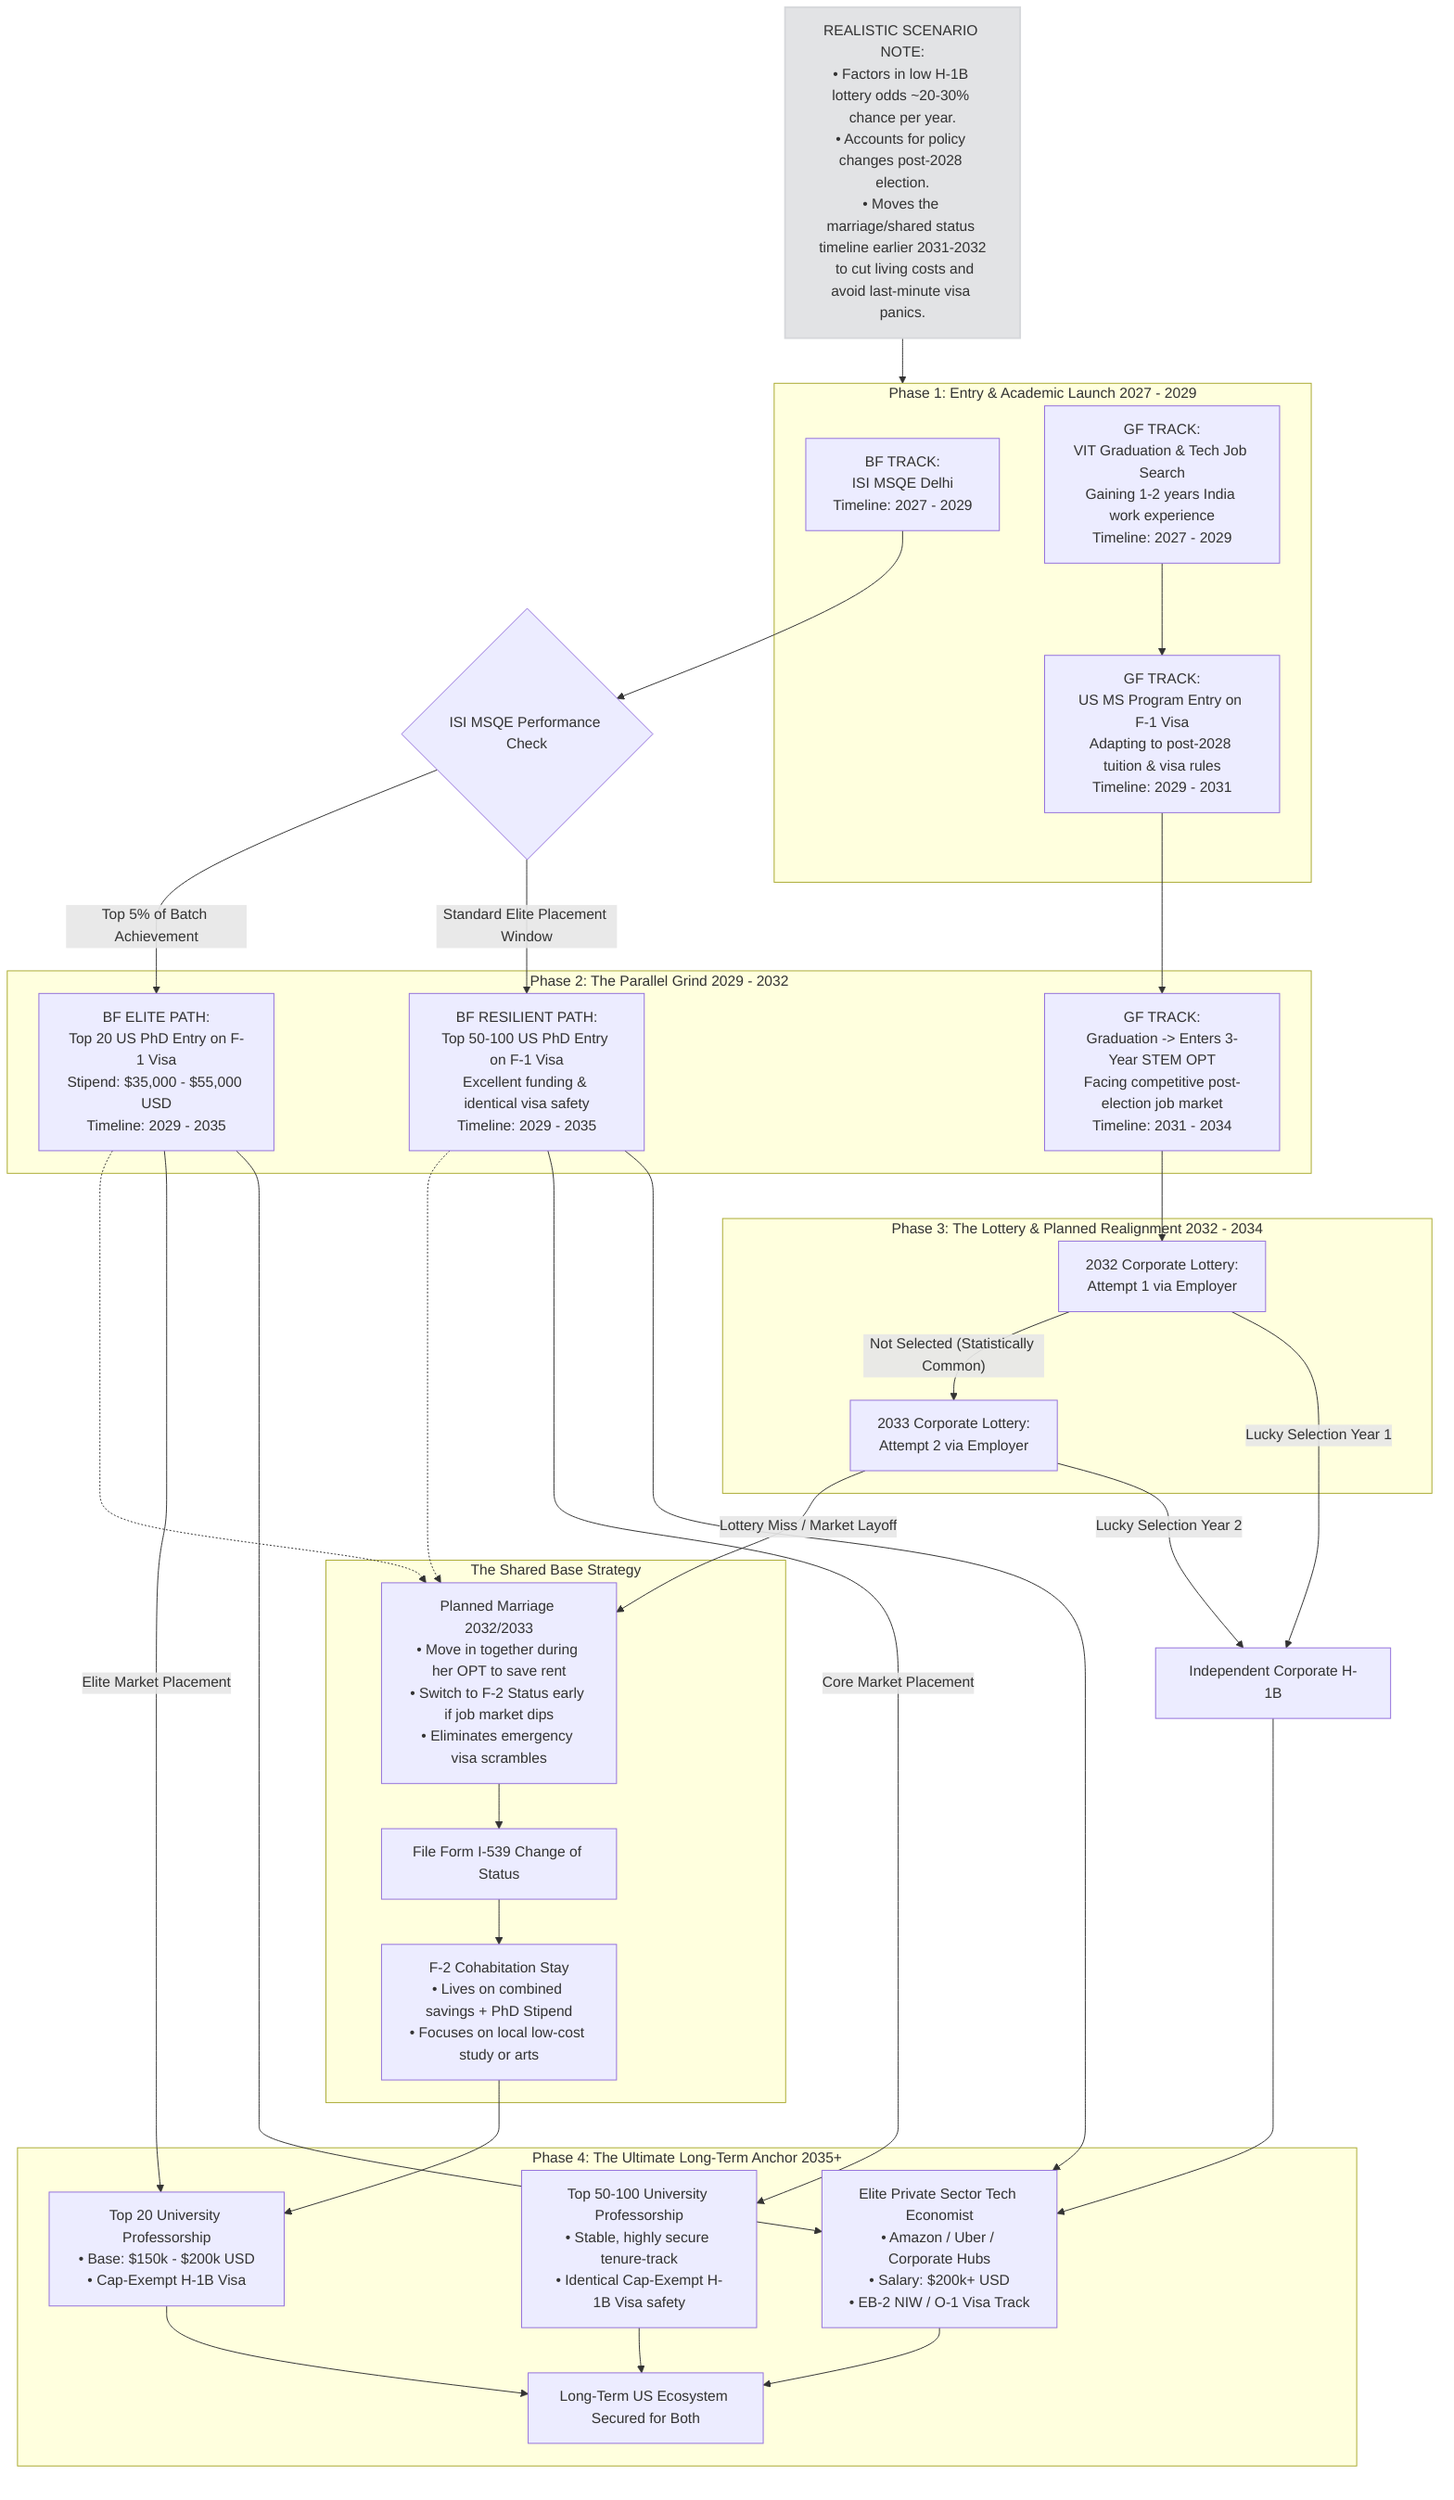
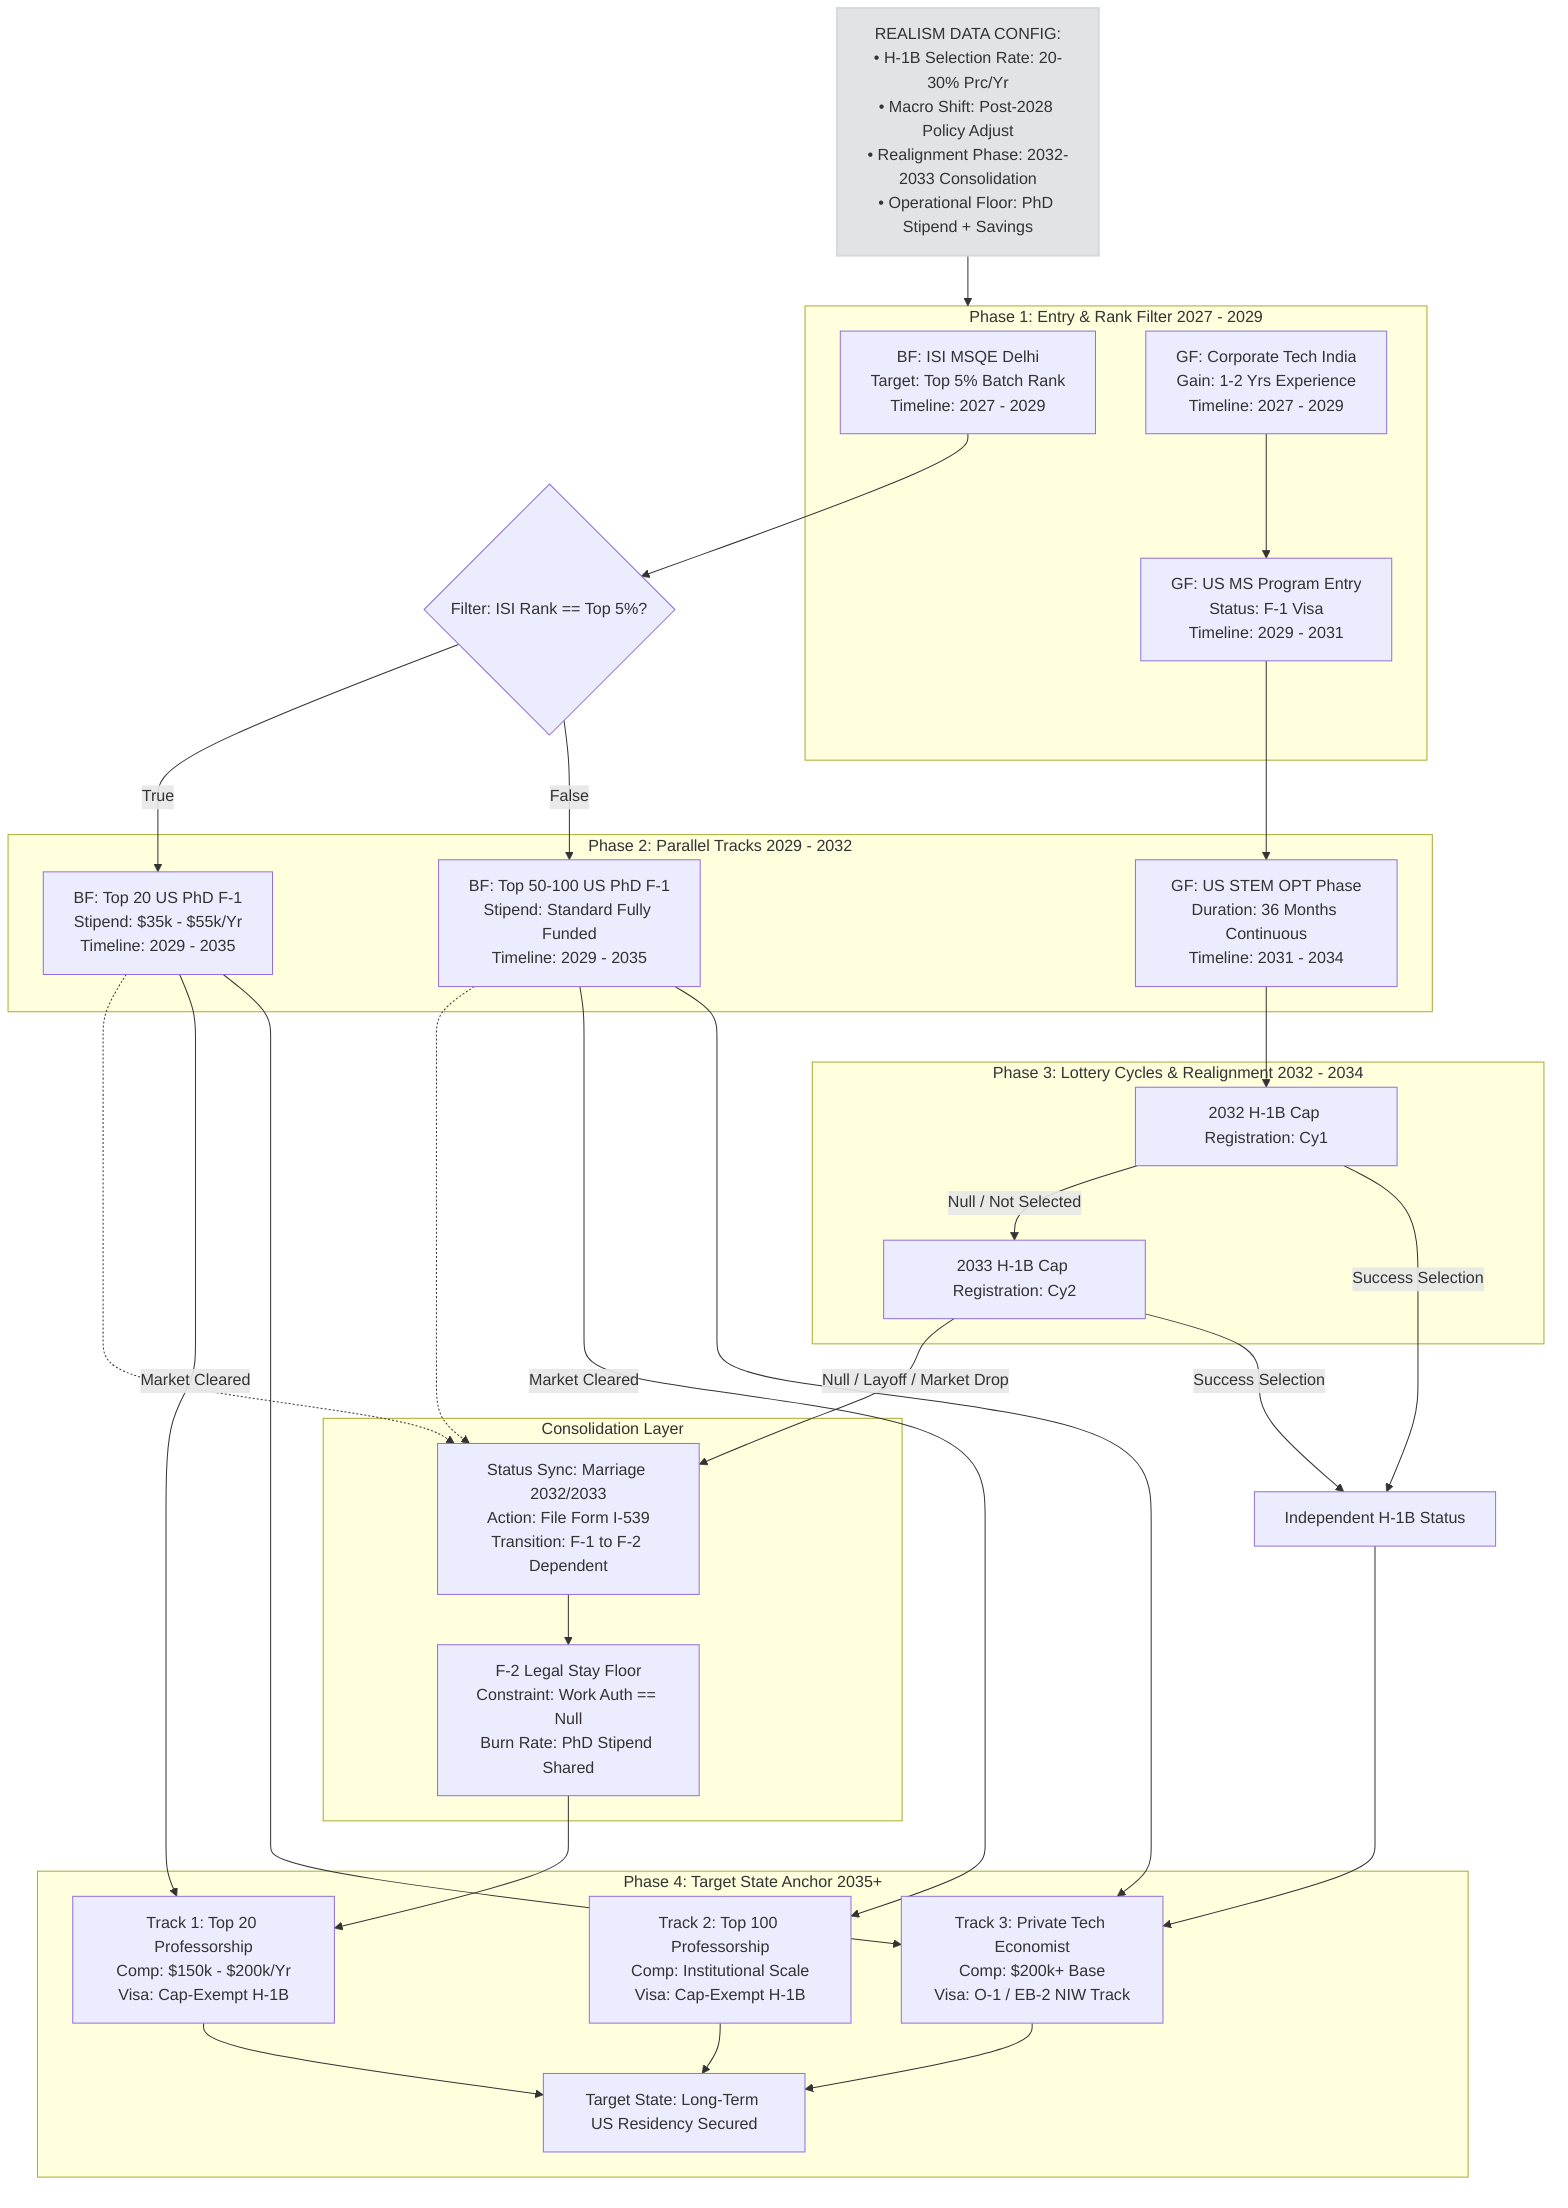
graph TD
    %% ---------------------------------------------
-     %% REALISTIC DISCLAIMER BOX
+     %% DATA NODES & PARAMETERS
    %% ---------------------------------------------
-     Realism_Note[REALISTIC SCENARIO NOTE:<br>• Factors in low H-1B lottery odds ~20-30% chance per year.<br>• Accounts for policy changes post-2028 election.<br>• Moves the marriage/shared status timeline earlier 2031-2032<br>  to cut living costs and avoid last-minute visa panics.]
-     style Realism_Note fill:#e2e3e5,stroke:#d6d8db,stroke-width:2px
+     Note_0[REALISM DATA CONFIG:<br>• H-1B Selection Rate: 20-30% Prc/Yr<br>• Macro Shift: Post-2028 Policy Adjust<br>• Realignment Phase: 2032-2033 Consolidation<br>• Operational Floor: PhD Stipend + Savings]
+     style Note_0 fill:#e2e3e5,stroke:#d6d8db,stroke-width:2px

-     %% ---------------------------------------------
-     %% PHASE 1: ENTRY & MACRO UNCERTAINTY (2027-2029)
-     %% ---------------------------------------------
-     subgraph Phase_1 [Phase 1: Entry & Academic Launch 2027 - 2029]
-         Track_A1[BF TRACK:<br>ISI MSQE Delhi<br>Timeline: 2027 - 2029]
+     %% PHASE 1
+     subgraph P1 [Phase 1: Entry & Rank Filter 2027 - 2029]
+         A_MSQE[BF: ISI MSQE Delhi<br>Target: Top 5% Batch Rank<br>Timeline: 2027 - 2029]
+         B_IND[GF: Corporate Tech India<br>Gain: 1-2 Yrs Experience<br>Timeline: 2027 - 2029]
+         B_USMS[GF: US MS Program Entry<br>Status: F-1 Visa<br>Timeline: 2029 - 2031]

-         Track_B1[GF TRACK:<br>VIT Graduation & Tech Job Search<br>Gaining 1-2 years India work experience<br>Timeline: 2027 - 2029]
- 
-         Track_B2[GF TRACK:<br>US MS Program Entry on F-1 Visa<br>Adapting to post-2028 tuition & visa rules<br>Timeline: 2029 - 2031]
- 
-         Track_B1 --> Track_B2
+         B_IND --> B_USMS
    end

-     Realism_Note --> Phase_1
+     Note_0 --> P1

-     %% ---------------------------------------------
-     %% THE CRITICAL ISI PERFORMANCE FILTER
-     %% ---------------------------------------------
-     Rank_Filter{ISI MSQE Performance Check}
-     Track_A1 --> Rank_Filter
+     %% FILTERS & FORKS
+     Rank_Check{Filter: ISI Rank == Top 5%?}
+     A_MSQE --> Rank_Check

-     %% ---------------------------------------------
-     %% PHASE 2: THE PARALLEL GRIND (2029-2032)
-     %% ---------------------------------------------
-     subgraph Phase_2 [Phase 2: The Parallel Grind 2029 - 2032]
-         Track_A2[BF ELITE PATH:<br>Top 20 US PhD Entry on F-1 Visa<br>Stipend: $35,000 - $55,000 USD<br>Timeline: 2029 - 2035]
- 
-         Track_A2_Alt[BF RESILIENT PATH:<br>Top 50-100 US PhD Entry on F-1 Visa<br>Excellent funding & identical visa safety<br>Timeline: 2029 - 2035]
- 
-         Track_B3[GF TRACK:<br>Graduation -> Enters 3-Year STEM OPT<br>Facing competitive post-election job market<br>Timeline: 2031 - 2034]
+     %% PHASE 2
+     subgraph P2 [Phase 2: Parallel Tracks 2029 - 2032]
+         A_PhD_T20[BF: Top 20 US PhD F-1<br>Stipend: $35k - $55k/Yr<br>Timeline: 2029 - 2035]
+         A_PhD_T100[BF: Top 50-100 US PhD F-1<br>Stipend: Standard Fully Funded<br>Timeline: 2029 - 2035]
+         B_OPT[GF: US STEM OPT Phase<br>Duration: 36 Months Continuous<br>Timeline: 2031 - 2034]
    end

-     Rank_Filter -- "Top 5% of Batch Achievement" --> Track_A2
-     Rank_Filter -- "Standard Elite Placement Window" --> Track_A2_Alt
-     Track_B2 --> Track_B3
+     Rank_Check -- "True" --> A_PhD_T20
+     Rank_Check -- "False" --> A_PhD_T100
+     B_USMS --> B_OPT

-     %% ---------------------------------------------
-     %% PHASE 3: LOTTERY ROULETTE & PLANNED REALIGNMENT
-     %% ---------------------------------------------
-     subgraph Phase_3 [Phase 3: The Lottery & Planned Realignment 2032 - 2034]
-         L1[2032 Corporate Lottery:<br>Attempt 1 via Employer]
-         L2[2033 Corporate Lottery:<br>Attempt 2 via Employer]
+     %% PHASE 3
+     subgraph P3 [Phase 3: Lottery Cycles & Realignment 2032 - 2034]
+         L1[2032 H-1B Cap Registration: Cy1]
+         L2[2033 H-1B Cap Registration: Cy2]

-         Track_B3 --> L1
-         L1 -- "Not Selected (Statistically Common)" --> L2
+         B_OPT --> L1
+         L1 -- "Null / Not Selected" --> L2
    end

-     %% EARLY CONSOLIDATION NODE
-     subgraph Shared_Base [The Shared Base Strategy]
-         Marriage_Plan[Planned Marriage 2032/2033<br>• Move in together during her OPT to save rent<br>• Switch to F-2 Status early if job market dips<br>• Eliminates emergency visa scrambles]
-         F2_CoHab[F-2 Cohabitation Stay<br>• Lives on combined savings + PhD Stipend<br>• Focuses on local low-cost study or arts]
- 
-         Marriage_Plan --> F2_Filing
-         F2_Filing[File Form I-539 Change of Status] --> F2_CoHab
+     %% REALIGNMENT CONTROL LOGIC
+     subgraph Realignment [Consolidation Layer]
+         M_33[Status Sync: Marriage 2032/2033<br>Action: File Form I-539<br>Transition: F-1 to F-2 Dependent]
+         F2_Stay[F-2 Legal Stay Floor<br>Constraint: Work Auth == Null<br>Burn Rate: PhD Stipend Shared]
+         M_33 --> F2_Stay
    end

-     L2 -- "Lottery Miss / Market Layoff" --> Marriage_Plan
-     Track_A2 -.-> Marriage_Plan
-     Track_A2_Alt -.-> Marriage_Plan
+     L2 -- "Null / Layoff / Market Drop" --> M_33
+     A_PhD_T20 -.-> M_33
+     A_PhD_T100 -.-> M_33

-     %% ---------------------------------------------
-     %% PHASE 4: THE MULTI-TRACK FINISH LINE (2035+)
-     %% ---------------------------------------------
-     subgraph Phase_4 [Phase 4: The Ultimate Long-Term Anchor 2035+]
+     %% PHASE 4
+     subgraph P4 [Phase 4: Target State Anchor 2035+]
+         Out_Acad_T20[Track 1: Top 20 Professorship<br>Comp: $150k - $200k/Yr<br>Visa: Cap-Exempt H-1B]
+         Out_Acad_T100[Track 2: Top 100 Professorship<br>Comp: Institutional Scale<br>Visa: Cap-Exempt H-1B]
+         Out_Ind_Econ[Track 3: Private Tech Economist<br>Comp: $200k+ Base<br>Visa: O-1 / EB-2 NIW Track]

-         %% Outcome 1: Elite Academia
-         Academia_Top[Top 20 University Professorship<br>• Base: $150k - $200k USD<br>• Cap-Exempt H-1B Visa]
+         System_Locked[Target State: Long-Term US Residency Secured]

-         %% Outcome 2: Core Academia Fallback
-         Academia_Mid[Top 50-100 University Professorship<br>• Stable, highly secure tenure-track<br>• Identical Cap-Exempt H-1B Visa safety]
- 
-         %% Outcome 3: High-Yield Industry
-         Private_Tech[Elite Private Sector Tech Economist<br>• Amazon / Uber / Corporate Hubs<br>• Salary: $200k+ USD<br>• EB-2 NIW / O-1 Visa Track]
- 
-         Secure_Future[Long-Term US Ecosystem Secured for Both]
- 
-         Academia_Top --> Secure_Future
-         Academia_Mid --> Secure_Future
-         Private_Tech --> Secure_Future
+         Out_Acad_T20 --> System_Locked
+         Out_Acad_T100 --> System_Locked
+         Out_Ind_Econ --> System_Locked
    end

-     %% Routing from Luck Paths
-     L1 -- "Lucky Selection Year 1" --> Corporate_H1B[Independent Corporate H-1B]
-     L2 -- "Lucky Selection Year 2" --> Corporate_H1B
-     Corporate_H1B --> Private_Tech
+     %% INTERSECT ROUTING
+     L1 -- "Success Selection" --> Corp_H1B[Independent H-1B Status]
+     L2 -- "Success Selection" --> Corp_H1B
+     Corp_H1B --> Out_Ind_Econ

-     %% Routing from Reality Paths
-     F2_CoHab --> Academia_Top
-     Track_A2 -- "Elite Market Placement" --> Academia_Top
-     Track_A2_Alt -- "Core Market Placement" --> Academia_Mid
-     Track_A2 --> Private_Tech
-     Track_A2_Alt --> Private_Tech
- 
+     F2_Stay --> Out_Acad_T20
+     A_PhD_T20 -- "Market Cleared" --> Out_Acad_T20
+     A_PhD_T100 -- "Market Cleared" --> Out_Acad_T100
+     A_PhD_T20 --> Out_Ind_Econ
+     A_PhD_T100 --> Out_Ind_Econ
